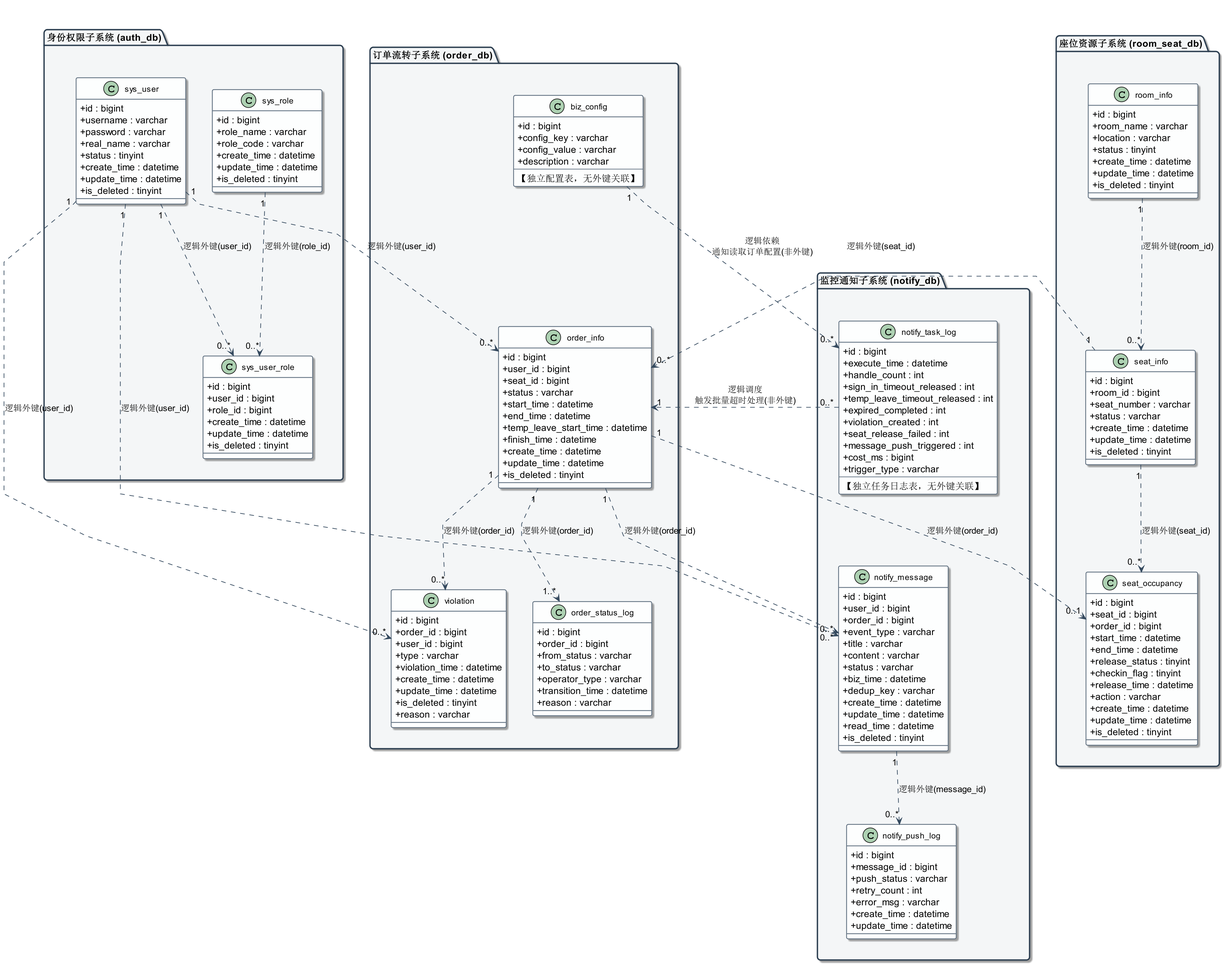
Before: 03_UML设计模型/校园自习室分布式预约管理系统_实体类图.png, a diagram exported from PlantUML (wlmm123/campus-study-room-system).
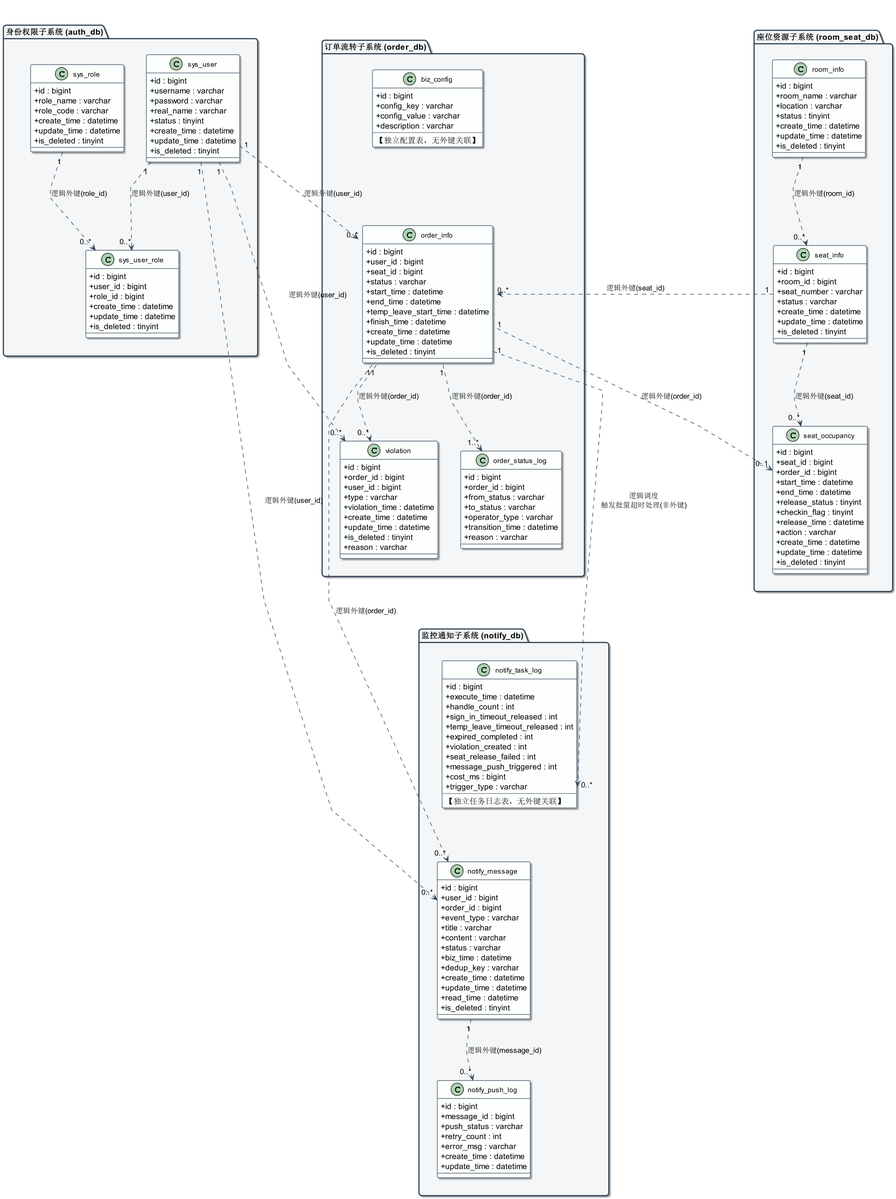
Later version of the same file.

Commit message:
成员3-实体类图 puml 源文件 + PNG 图片（3.0）

The edit, as a diff of the source:
```diff
@@ -3,6 +3,8 @@
 skinparam dpi 200
 skinparam classAttributeIconSize 0
 skinparam shadowing true
+
+scale 0.85
 
 skinparam linetype polyline
 skinparam nodesep 40
@@ -192,9 +194,12 @@
 
 auth_db -[hidden]right- order_db
 order_db -[hidden]right- room_seat_db
-order_db -[hidden]right- notify_db
 
-room_seat_db -[hidden]down- notify_db
+order_db -[hidden]down- notify_db
+
+sys_user_role -[hidden]down- notify_push_log
+
+room_seat_db -[hidden]right- notify_db
 
 
 sys_user "1" ..> "0..*" sys_user_role : 逻辑外键(user_id)
@@ -215,8 +220,8 @@
 order_info "1" ..> "0..1" seat_occupancy : 逻辑外键(order_id)
 
 order_info "1" ..> "0..*" notify_message : 逻辑外键(order_id)
-notify_task_log "0..*" ..> "1" order_info : 逻辑调度\n触发批量超时处理(非外键)
-biz_config "1" ..> "0..*" notify_task_log : 逻辑依赖\n通知读取订单配置(非外键)
+
+order_info::is_deleted "1" ..down.> "0..*" notify_task_log::trigger_type : 逻辑调度\n触发批量超时处理(非外键)
 
 sys_user "1" ..> "0..*" notify_message : 逻辑外键(user_id)
 
```
